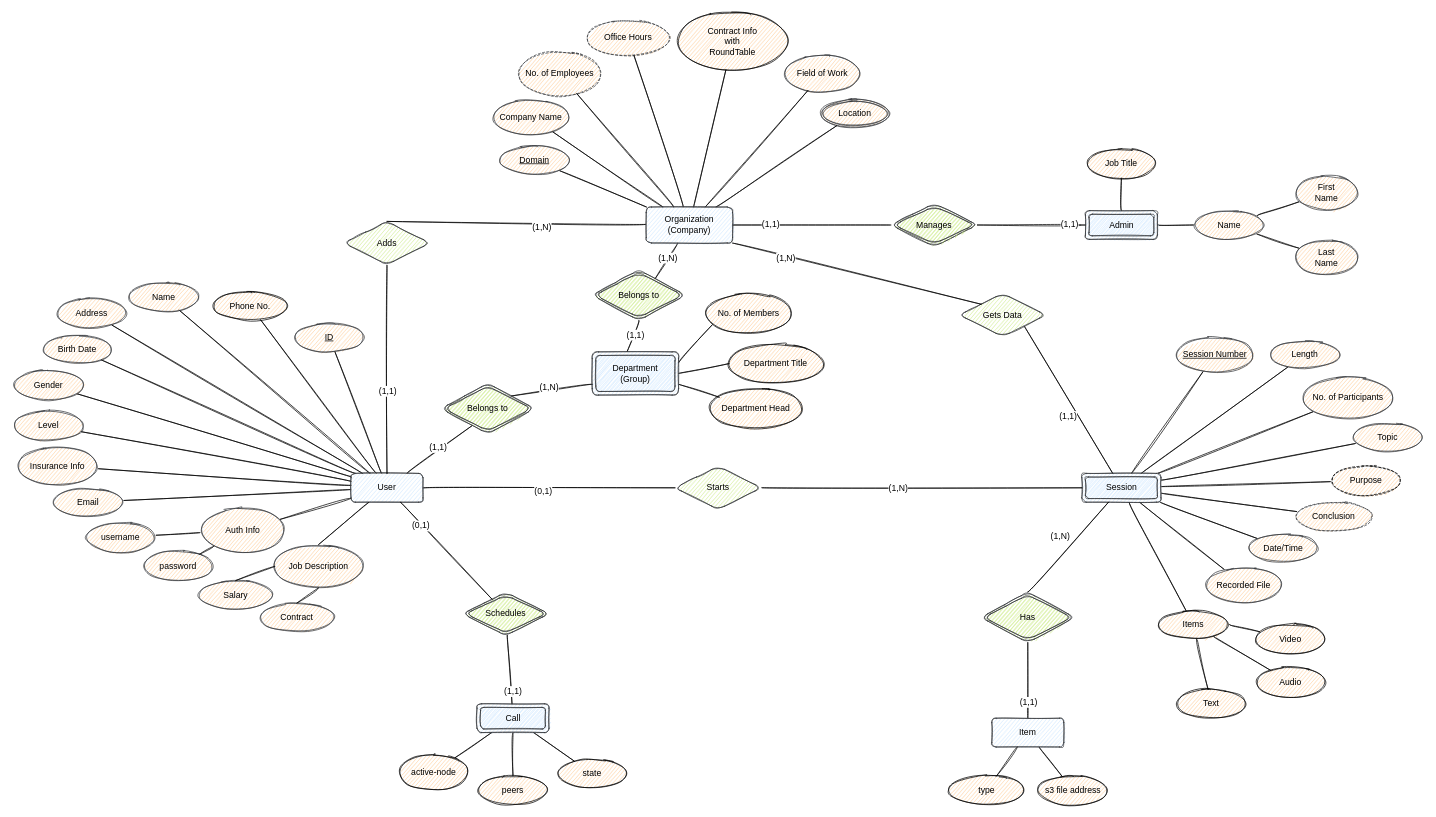
The draw.io diagram software-design/ERD.drawio in mohammadne/AUT, before the edit. Source tidied: cells renumbered, new cells numbered last; positions are measured from the earlier drawing's top-left corner, leaving out a move shared by most shapes. Both pictures are drawn from the tidied source at 72%, with x=0, y=0 at pixel (12, 12).
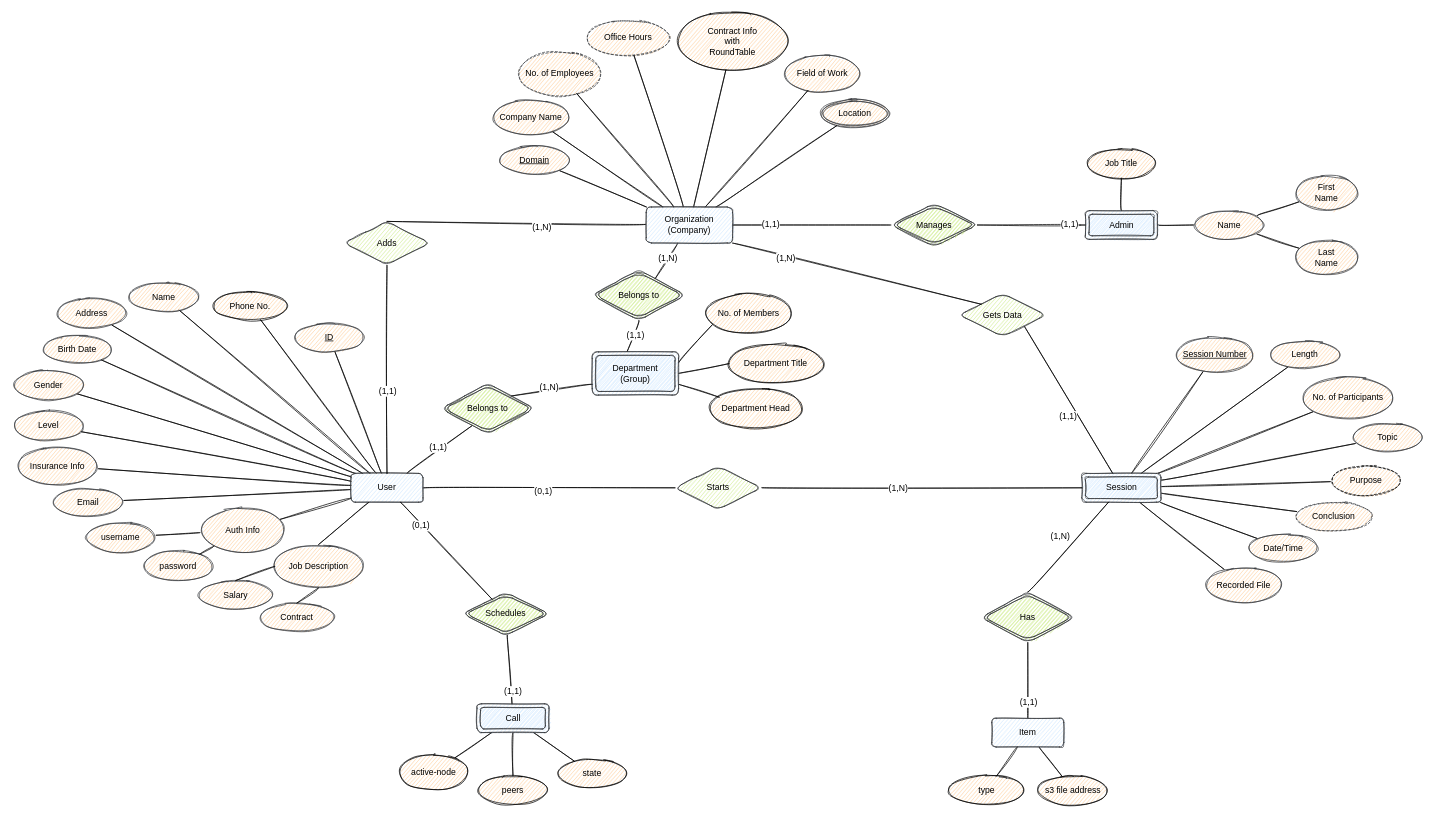
The same diagram, later.

The change refers to these unchanged cells:
```xml
<mxCell id="55" value="Session" style="shape=ext;margin=3;double=1;&#10;whiteSpace=wrap;html=1;align=center;fontSize=12;fillColor=#cce5ff;strokeColor=#36393d;rounded=1;sketch=1;" parent="1" vertex="1">
  <mxGeometry x="1485" y="640" width="110" height="40" as="geometry" />
</mxCell>
```

The edit, as a diff of the source:
```diff
@@
-    <mxCell id="54" style="edgeStyle=none;rounded=1;jettySize=auto;html=1;fontSize=12;endArrow=none;endFill=0;strokeColor=default;sketch=1;curved=1;" parent="1" edge="1" source="55" target="73">
-      <mxGeometry relative="1" as="geometry" />
-    </mxCell>
@@
-    <mxCell id="67" value="Text" style="ellipse;whiteSpace=wrap;html=1;align=center;fontSize=12;fillColor=#FFCC99;rounded=1;sketch=1;" parent="1" vertex="1">
-      <mxGeometry x="1615" y="940" width="100" height="40" as="geometry" />
-    </mxCell>
-    <mxCell id="68" value="Audio" style="ellipse;whiteSpace=wrap;html=1;align=center;fontSize=12;fillColor=#FFCC99;rounded=1;sketch=1;" parent="1" vertex="1">
-      <mxGeometry x="1725" y="910" width="100" height="40" as="geometry" />
-    </mxCell>
-    <mxCell id="69" value="Video" style="ellipse;whiteSpace=wrap;html=1;align=center;fontSize=12;fillColor=#FFCC99;rounded=1;sketch=1;" parent="1" vertex="1">
-      <mxGeometry x="1725" y="850" width="100" height="40" as="geometry" />
-    </mxCell>
-    <mxCell id="70" style="edgeStyle=none;rounded=1;jettySize=auto;html=1;fontSize=12;endArrow=none;endFill=0;strokeColor=default;sketch=1;curved=1;" parent="1" edge="1" source="73" target="67">
-      <mxGeometry relative="1" as="geometry" />
-    </mxCell>
-    <mxCell id="71" style="edgeStyle=none;rounded=1;jettySize=auto;html=1;fontSize=12;endArrow=none;endFill=0;strokeColor=default;sketch=1;curved=1;" parent="1" edge="1" source="73" target="68">
-      <mxGeometry relative="1" as="geometry" />
-    </mxCell>
-    <mxCell id="72" style="edgeStyle=none;rounded=1;jettySize=auto;html=1;fontSize=12;endArrow=none;endFill=0;strokeColor=default;sketch=1;curved=1;exitX=1;exitY=0.5;exitDx=0;exitDy=0;" parent="1" edge="1" source="73" target="69">
-      <mxGeometry relative="1" as="geometry" />
-    </mxCell>
-    <mxCell id="73" value="Items" style="ellipse;whiteSpace=wrap;html=1;align=center;rounded=1;glass=0;fontSize=12;fillColor=#FFCC99;sketch=1;" parent="1" vertex="1">
-      <mxGeometry x="1590" y="830" width="100" height="40" as="geometry" />
-    </mxCell>
```
